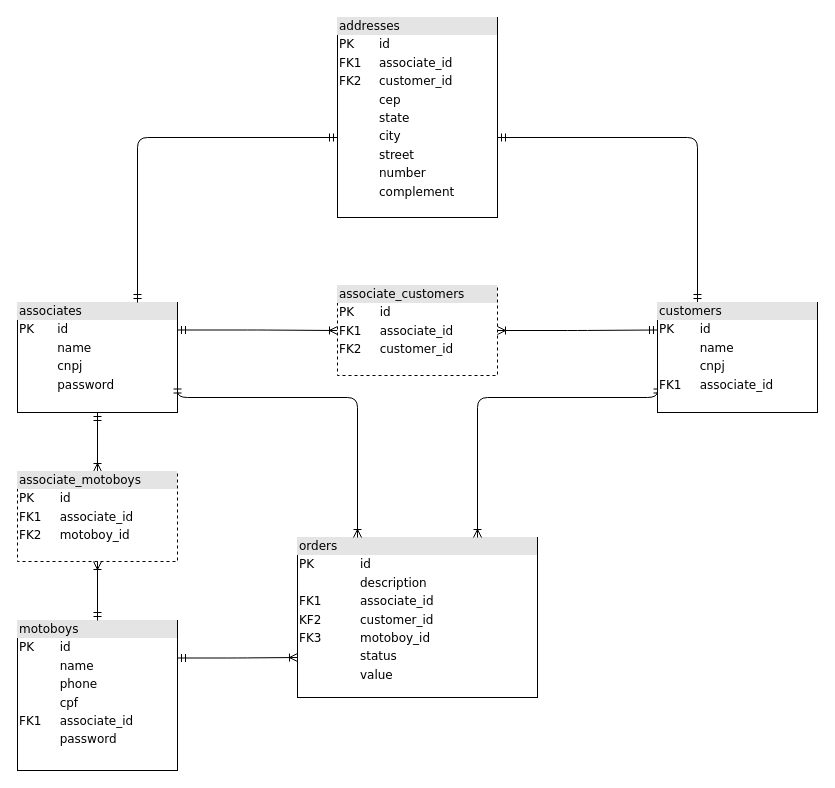
This is diagram-relational.drawio from juliolmuller/ufpr-delivery-api, a draw.io file, before an edit. Source tidied: cells renumbered, new cells numbered last; positions are measured from the earlier drawing's top-left corner, leaving out a move shared by most shapes. Both pictures are drawn from the tidied source at 100%, with x=0, y=0 at pixel (17, 17).
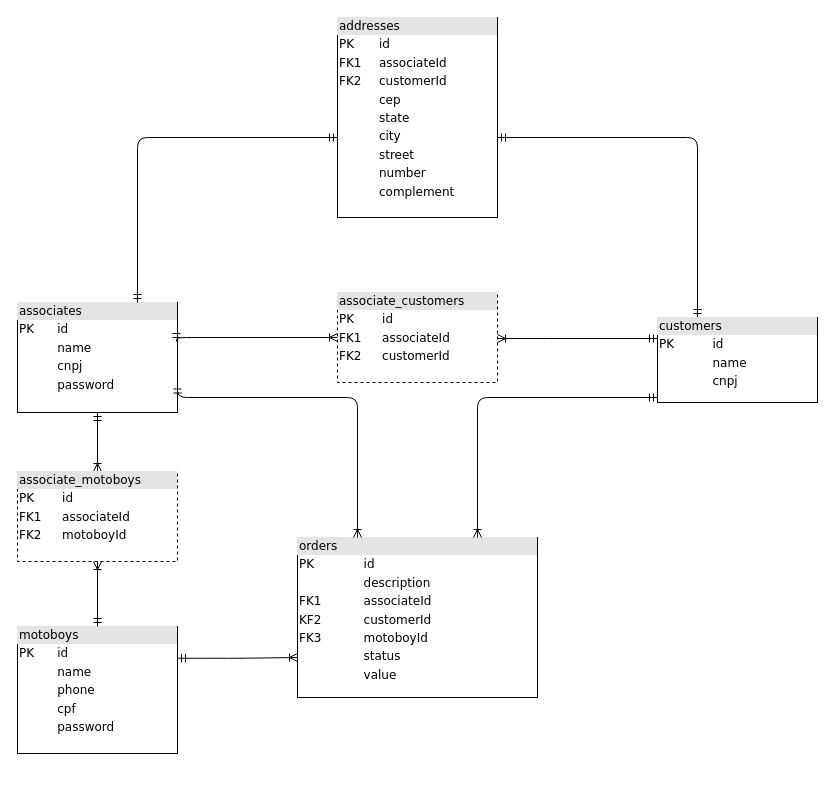
The same diagram, later.

Commit message (it also covers changes not shown here):
Fix foreign key names

The change refers to these unchanged cells:
```xml
<mxCell id="4" value="&lt;div style=&quot;box-sizing: border-box ; width: 100% ; background: #e4e4e4 ; padding: 2px&quot;&gt;associates&lt;/div&gt;&lt;table style=&quot;width: 100% ; font-size: 1em&quot; cellpadding=&quot;2&quot; cellspacing=&quot;0&quot;&gt;&lt;tbody&gt;&lt;tr&gt;&lt;td&gt;PK&lt;/td&gt;&lt;td&gt;id&lt;/td&gt;&lt;/tr&gt;&lt;tr&gt;&lt;td&gt;&lt;br&gt;&lt;/td&gt;&lt;td&gt;name&lt;/td&gt;&lt;/tr&gt;&lt;tr&gt;&lt;td&gt;&lt;/td&gt;&lt;td&gt;cnpj&lt;/td&gt;&lt;/tr&gt;&lt;tr&gt;&lt;td&gt;&lt;br&gt;&lt;/td&gt;&lt;td&gt;password&lt;/td&gt;&lt;/tr&gt;&lt;tr&gt;&lt;td&gt;&lt;br&gt;&lt;/td&gt;&lt;td&gt;&lt;br&gt;&lt;/td&gt;&lt;/tr&gt;&lt;/tbody&gt;&lt;/table&gt;" style="verticalAlign=top;align=left;overflow=fill;html=1;rounded=0;shadow=0;comic=0;labelBackgroundColor=none;strokeWidth=1;fontFamily=Verdana;fontSize=12;" parent="1" vertex="1">
  <mxGeometry y="285" width="160" height="110" as="geometry" />
</mxCell>
```

Diff of the diagram source:
```diff
@@
-    <mxCell id="2" value="&lt;div style=&quot;box-sizing: border-box ; width: 100% ; background: #e4e4e4 ; padding: 2px&quot;&gt;addresses&lt;/div&gt;&lt;table style=&quot;width: 100% ; font-size: 1em&quot; cellpadding=&quot;2&quot; cellspacing=&quot;0&quot;&gt;&lt;tbody&gt;&lt;tr&gt;&lt;td&gt;PK&lt;/td&gt;&lt;td&gt;id&lt;/td&gt;&lt;/tr&gt;&lt;tr&gt;&lt;td&gt;FK1&lt;/td&gt;&lt;td&gt;associate_id&lt;/td&gt;&lt;/tr&gt;&lt;tr&gt;&lt;td&gt;FK2&lt;/td&gt;&lt;td&gt;customer_id&lt;/td&gt;&lt;/tr&gt;&lt;tr&gt;&lt;td&gt;&lt;br&gt;&lt;/td&gt;&lt;td&gt;cep&lt;/td&gt;&lt;/tr&gt;&lt;tr&gt;&lt;td&gt;&lt;br&gt;&lt;/td&gt;&lt;td&gt;state&lt;br&gt;&lt;/td&gt;&lt;/tr&gt;&lt;tr&gt;&lt;td&gt;&lt;br&gt;&lt;/td&gt;&lt;td&gt;city&lt;br&gt;&lt;/td&gt;&lt;/tr&gt;&lt;tr&gt;&lt;td&gt;&lt;br&gt;&lt;/td&gt;&lt;td&gt;street&lt;br&gt;&lt;/td&gt;&lt;/tr&gt;&lt;tr&gt;&lt;td&gt;&lt;br&gt;&lt;/td&gt;&lt;td&gt;number&lt;br&gt;&lt;/td&gt;&lt;/tr&gt;&lt;tr&gt;&lt;td&gt;&lt;br&gt;&lt;/td&gt;&lt;td&gt;complement&lt;/td&gt;&lt;/tr&gt;&lt;tr&gt;&lt;td&gt;&lt;br&gt;&lt;/td&gt;&lt;td&gt;&lt;/td&gt;&lt;/tr&gt;&lt;/tbody&gt;&lt;/table&gt;" style="verticalAlign=top;align=left;overflow=fill;html=1;rounded=0;shadow=0;comic=0;labelBackgroundColor=none;strokeWidth=1;fontFamily=Verdana;fontSize=12;" parent="1" vertex="1">
+    <mxCell id="2" value="&lt;div style=&quot;box-sizing: border-box ; width: 100% ; background: #e4e4e4 ; padding: 2px&quot;&gt;addresses&lt;/div&gt;&lt;table style=&quot;width: 100% ; font-size: 1em&quot; cellpadding=&quot;2&quot; cellspacing=&quot;0&quot;&gt;&lt;tbody&gt;&lt;tr&gt;&lt;td&gt;PK&lt;/td&gt;&lt;td&gt;id&lt;/td&gt;&lt;/tr&gt;&lt;tr&gt;&lt;td&gt;FK1&lt;/td&gt;&lt;td&gt;associateId&lt;/td&gt;&lt;/tr&gt;&lt;tr&gt;&lt;td&gt;FK2&lt;/td&gt;&lt;td&gt;customerId&lt;/td&gt;&lt;/tr&gt;&lt;tr&gt;&lt;td&gt;&lt;br&gt;&lt;/td&gt;&lt;td&gt;cep&lt;/td&gt;&lt;/tr&gt;&lt;tr&gt;&lt;td&gt;&lt;br&gt;&lt;/td&gt;&lt;td&gt;state&lt;br&gt;&lt;/td&gt;&lt;/tr&gt;&lt;tr&gt;&lt;td&gt;&lt;br&gt;&lt;/td&gt;&lt;td&gt;city&lt;br&gt;&lt;/td&gt;&lt;/tr&gt;&lt;tr&gt;&lt;td&gt;&lt;br&gt;&lt;/td&gt;&lt;td&gt;street&lt;br&gt;&lt;/td&gt;&lt;/tr&gt;&lt;tr&gt;&lt;td&gt;&lt;br&gt;&lt;/td&gt;&lt;td&gt;number&lt;br&gt;&lt;/td&gt;&lt;/tr&gt;&lt;tr&gt;&lt;td&gt;&lt;br&gt;&lt;/td&gt;&lt;td&gt;complement&lt;/td&gt;&lt;/tr&gt;&lt;tr&gt;&lt;td&gt;&lt;br&gt;&lt;/td&gt;&lt;td&gt;&lt;/td&gt;&lt;/tr&gt;&lt;/tbody&gt;&lt;/table&gt;" style="verticalAlign=top;align=left;overflow=fill;html=1;rounded=0;shadow=0;comic=0;labelBackgroundColor=none;strokeWidth=1;fontFamily=Verdana;fontSize=12;" parent="1" vertex="1">
       <mxGeometry x="320" width="160" height="200" as="geometry" />
     </mxCell>
-    <mxCell id="3" value="&lt;div style=&quot;box-sizing: border-box ; width: 100% ; background: #e4e4e4 ; padding: 2px&quot;&gt;orders&lt;/div&gt;&lt;table style=&quot;width: 100% ; font-size: 1em&quot; cellpadding=&quot;2&quot; cellspacing=&quot;0&quot;&gt;&lt;tbody&gt;&lt;tr&gt;&lt;td&gt;PK&lt;/td&gt;&lt;td&gt;id&lt;/td&gt;&lt;/tr&gt;&lt;tr&gt;&lt;td&gt;&lt;br&gt;&lt;/td&gt;&lt;td&gt;description&lt;/td&gt;&lt;/tr&gt;&lt;tr&gt;&lt;td&gt;FK1&lt;/td&gt;&lt;td&gt;associate_id&lt;/td&gt;&lt;/tr&gt;&lt;tr&gt;&lt;td&gt;KF2&lt;/td&gt;&lt;td&gt;customer_id&lt;br&gt;&lt;/td&gt;&lt;/tr&gt;&lt;tr&gt;&lt;td&gt;FK3&lt;/td&gt;&lt;td&gt;motoboy_id&lt;br&gt;&lt;/td&gt;&lt;/tr&gt;&lt;tr&gt;&lt;td&gt;&lt;br&gt;&lt;/td&gt;&lt;td&gt;status&lt;br&gt;&lt;/td&gt;&lt;/tr&gt;&lt;tr&gt;&lt;td&gt;&lt;br&gt;&lt;/td&gt;&lt;td&gt;value&lt;br&gt;&lt;/td&gt;&lt;/tr&gt;&lt;tr&gt;&lt;td&gt;&lt;br&gt;&lt;/td&gt;&lt;td&gt;&lt;br&gt;&lt;/td&gt;&lt;/tr&gt;&lt;/tbody&gt;&lt;/table&gt;" style="verticalAlign=top;align=left;overflow=fill;html=1;rounded=0;shadow=0;comic=0;labelBackgroundColor=none;strokeWidth=1;fontFamily=Verdana;fontSize=12;" parent="1" vertex="1">
+    <mxCell id="3" value="&lt;div style=&quot;box-sizing: border-box ; width: 100% ; background: #e4e4e4 ; padding: 2px&quot;&gt;orders&lt;/div&gt;&lt;table style=&quot;width: 100% ; font-size: 1em&quot; cellpadding=&quot;2&quot; cellspacing=&quot;0&quot;&gt;&lt;tbody&gt;&lt;tr&gt;&lt;td&gt;PK&lt;/td&gt;&lt;td&gt;id&lt;/td&gt;&lt;/tr&gt;&lt;tr&gt;&lt;td&gt;&lt;br&gt;&lt;/td&gt;&lt;td&gt;description&lt;/td&gt;&lt;/tr&gt;&lt;tr&gt;&lt;td&gt;FK1&lt;/td&gt;&lt;td&gt;associateId&lt;/td&gt;&lt;/tr&gt;&lt;tr&gt;&lt;td&gt;KF2&lt;/td&gt;&lt;td&gt;customerId&lt;br&gt;&lt;/td&gt;&lt;/tr&gt;&lt;tr&gt;&lt;td&gt;FK3&lt;/td&gt;&lt;td&gt;motoboyId&lt;br&gt;&lt;/td&gt;&lt;/tr&gt;&lt;tr&gt;&lt;td&gt;&lt;br&gt;&lt;/td&gt;&lt;td&gt;status&lt;br&gt;&lt;/td&gt;&lt;/tr&gt;&lt;tr&gt;&lt;td&gt;&lt;br&gt;&lt;/td&gt;&lt;td&gt;value&lt;br&gt;&lt;/td&gt;&lt;/tr&gt;&lt;tr&gt;&lt;td&gt;&lt;br&gt;&lt;/td&gt;&lt;td&gt;&lt;br&gt;&lt;/td&gt;&lt;/tr&gt;&lt;/tbody&gt;&lt;/table&gt;" style="verticalAlign=top;align=left;overflow=fill;html=1;rounded=0;shadow=0;comic=0;labelBackgroundColor=none;strokeWidth=1;fontFamily=Verdana;fontSize=12;" parent="1" vertex="1">
       <mxGeometry x="280" y="520" width="240" height="160" as="geometry" />
     </mxCell>
@@
-    <mxCell id="8" style="edgeStyle=orthogonalEdgeStyle;html=1;endArrow=ERoneToMany;startArrow=ERmandOne;labelBackgroundColor=none;fontFamily=Verdana;fontSize=12;align=left;exitX=0;exitY=0.75;exitDx=0;exitDy=0;entryX=0.75;entryY=0;entryDx=0;entryDy=0;" parent="1" edge="1" source="10" target="3">
+    <mxCell id="8" style="edgeStyle=orthogonalEdgeStyle;html=1;endArrow=ERoneToMany;startArrow=ERmandOne;labelBackgroundColor=none;fontFamily=Verdana;fontSize=12;align=left;entryX=0.75;entryY=0;entryDx=0;entryDy=0;" parent="1" edge="1" target="3">
       <mxGeometry relative="1" as="geometry">
+        <mxPoint x="640" y="380" as="sourcePoint" />
         <Array as="points">
           <mxPoint x="640" y="380" />
           <mxPoint x="460" y="380" />
         </Array>
       </mxGeometry>
     </mxCell>
@@
-    <mxCell id="10" value="&lt;div style=&quot;box-sizing: border-box ; width: 100% ; background: #e4e4e4 ; padding: 2px&quot;&gt;customers&lt;/div&gt;&lt;table style=&quot;width: 100% ; font-size: 1em&quot; cellpadding=&quot;2&quot; cellspacing=&quot;0&quot;&gt;&lt;tbody&gt;&lt;tr&gt;&lt;td&gt;PK&lt;/td&gt;&lt;td&gt;id&lt;/td&gt;&lt;/tr&gt;&lt;tr&gt;&lt;td&gt;&lt;br&gt;&lt;/td&gt;&lt;td&gt;name&lt;/td&gt;&lt;/tr&gt;&lt;tr&gt;&lt;td&gt;&lt;/td&gt;&lt;td&gt;cnpj&lt;/td&gt;&lt;/tr&gt;&lt;tr&gt;&lt;td&gt;FK1&lt;/td&gt;&lt;td&gt;associate_id&lt;/td&gt;&lt;/tr&gt;&lt;tr&gt;&lt;td&gt;&lt;br&gt;&lt;/td&gt;&lt;td&gt;&lt;br&gt;&lt;/td&gt;&lt;/tr&gt;&lt;/tbody&gt;&lt;/table&gt;" style="verticalAlign=top;align=left;overflow=fill;html=1;rounded=0;shadow=0;comic=0;labelBackgroundColor=none;strokeWidth=1;fontFamily=Verdana;fontSize=12;" parent="1" vertex="1">
-      <mxGeometry x="640" y="285" width="160" height="110" as="geometry" />
+    <mxCell id="10" value="&lt;div style=&quot;box-sizing: border-box ; width: 100% ; background: #e4e4e4 ; padding: 2px&quot;&gt;customers&lt;/div&gt;&lt;table style=&quot;width: 100% ; font-size: 1em&quot; cellpadding=&quot;2&quot; cellspacing=&quot;0&quot;&gt;&lt;tbody&gt;&lt;tr&gt;&lt;td&gt;PK&lt;/td&gt;&lt;td&gt;id&lt;/td&gt;&lt;/tr&gt;&lt;tr&gt;&lt;td&gt;&lt;br&gt;&lt;/td&gt;&lt;td&gt;name&lt;/td&gt;&lt;/tr&gt;&lt;tr&gt;&lt;td&gt;&lt;/td&gt;&lt;td&gt;cnpj&lt;/td&gt;&lt;/tr&gt;&lt;tr&gt;&lt;td&gt;&lt;br&gt;&lt;/td&gt;&lt;td&gt;&lt;/td&gt;&lt;/tr&gt;&lt;/tbody&gt;&lt;/table&gt;" style="verticalAlign=top;align=left;overflow=fill;html=1;rounded=0;shadow=0;comic=0;labelBackgroundColor=none;strokeWidth=1;fontFamily=Verdana;fontSize=12;" parent="1" vertex="1">
+      <mxGeometry x="640" y="300" width="160" height="85" as="geometry" />
     </mxCell>
-    <mxCell id="11" style="edgeStyle=orthogonalEdgeStyle;html=1;endArrow=ERoneToMany;startArrow=ERmandOne;labelBackgroundColor=none;fontFamily=Verdana;fontSize=12;align=left;exitX=1;exitY=0.25;exitDx=0;exitDy=0;" parent="1" edge="1" source="4" target="14">
-      <mxGeometry relative="1" as="geometry" />
+    <mxCell id="11" style="edgeStyle=orthogonalEdgeStyle;html=1;endArrow=ERoneToMany;startArrow=ERmandOne;labelBackgroundColor=none;fontFamily=Verdana;fontSize=12;align=left;exitX=0.994;exitY=0.355;exitDx=0;exitDy=0;exitPerimeter=0;" parent="1" edge="1" source="4" target="14">
+      <mxGeometry relative="1" as="geometry">
+        <Array as="points">
+          <mxPoint x="159" y="320" />
+        </Array>
+      </mxGeometry>
     </mxCell>
-    <mxCell id="12" value="&lt;div style=&quot;box-sizing: border-box ; width: 100% ; background: #e4e4e4 ; padding: 2px&quot;&gt;motoboys&lt;/div&gt;&lt;table style=&quot;width: 100% ; font-size: 1em&quot; cellpadding=&quot;2&quot; cellspacing=&quot;0&quot;&gt;&lt;tbody&gt;&lt;tr&gt;&lt;td&gt;PK&lt;/td&gt;&lt;td&gt;id&lt;/td&gt;&lt;/tr&gt;&lt;tr&gt;&lt;td&gt;&lt;br&gt;&lt;/td&gt;&lt;td&gt;name&lt;/td&gt;&lt;/tr&gt;&lt;tr&gt;&lt;td&gt;&lt;/td&gt;&lt;td&gt;phone&lt;/td&gt;&lt;/tr&gt;&lt;tr&gt;&lt;td&gt;&lt;br&gt;&lt;/td&gt;&lt;td&gt;cpf&lt;br&gt;&lt;/td&gt;&lt;/tr&gt;&lt;tr&gt;&lt;td&gt;FK1&lt;/td&gt;&lt;td&gt;associate_id&lt;br&gt;&lt;/td&gt;&lt;/tr&gt;&lt;tr&gt;&lt;td&gt;&lt;br&gt;&lt;/td&gt;&lt;td&gt;password&lt;br&gt;&lt;/td&gt;&lt;/tr&gt;&lt;tr&gt;&lt;td&gt;&lt;br&gt;&lt;/td&gt;&lt;td&gt;&lt;br&gt;&lt;/td&gt;&lt;/tr&gt;&lt;/tbody&gt;&lt;/table&gt;" style="verticalAlign=top;align=left;overflow=fill;html=1;rounded=0;shadow=0;comic=0;labelBackgroundColor=none;strokeWidth=1;fontFamily=Verdana;fontSize=12;" parent="1" vertex="1">
-      <mxGeometry y="603" width="160" height="150" as="geometry" />
+    <mxCell id="12" value="&lt;div style=&quot;box-sizing: border-box ; width: 100% ; background: #e4e4e4 ; padding: 2px&quot;&gt;motoboys&lt;/div&gt;&lt;table style=&quot;width: 100% ; font-size: 1em&quot; cellpadding=&quot;2&quot; cellspacing=&quot;0&quot;&gt;&lt;tbody&gt;&lt;tr&gt;&lt;td&gt;PK&lt;/td&gt;&lt;td&gt;id&lt;/td&gt;&lt;/tr&gt;&lt;tr&gt;&lt;td&gt;&lt;br&gt;&lt;/td&gt;&lt;td&gt;name&lt;/td&gt;&lt;/tr&gt;&lt;tr&gt;&lt;td&gt;&lt;/td&gt;&lt;td&gt;phone&lt;/td&gt;&lt;/tr&gt;&lt;tr&gt;&lt;td&gt;&lt;br&gt;&lt;/td&gt;&lt;td&gt;cpf&lt;br&gt;&lt;/td&gt;&lt;/tr&gt;&lt;tr&gt;&lt;td&gt;&lt;br&gt;&lt;/td&gt;&lt;td&gt;password&lt;/td&gt;&lt;/tr&gt;&lt;tr&gt;&lt;td&gt;&lt;/td&gt;&lt;td&gt;&lt;/td&gt;&lt;/tr&gt;&lt;/tbody&gt;&lt;/table&gt;" style="verticalAlign=top;align=left;overflow=fill;html=1;rounded=0;shadow=0;comic=0;labelBackgroundColor=none;strokeWidth=1;fontFamily=Verdana;fontSize=12;" parent="1" vertex="1">
+      <mxGeometry y="609" width="160" height="127" as="geometry" />
     </mxCell>
@@
-    <mxCell id="14" value="&lt;div style=&quot;box-sizing: border-box ; width: 100% ; background: #e4e4e4 ; padding: 2px&quot;&gt;associate_customers&lt;/div&gt;&lt;table style=&quot;width: 100% ; font-size: 1em&quot; cellpadding=&quot;2&quot; cellspacing=&quot;0&quot;&gt;&lt;tbody&gt;&lt;tr&gt;&lt;td&gt;PK&lt;/td&gt;&lt;td&gt;id&lt;/td&gt;&lt;/tr&gt;&lt;tr&gt;&lt;td&gt;FK1&lt;/td&gt;&lt;td&gt;associate_id&lt;/td&gt;&lt;/tr&gt;&lt;tr&gt;&lt;td&gt;FK2&lt;/td&gt;&lt;td&gt;customer_id&lt;/td&gt;&lt;/tr&gt;&lt;tr&gt;&lt;td&gt;&lt;br&gt;&lt;/td&gt;&lt;td&gt;&lt;/td&gt;&lt;/tr&gt;&lt;/tbody&gt;&lt;/table&gt;" style="verticalAlign=top;align=left;overflow=fill;html=1;rounded=0;shadow=0;comic=0;labelBackgroundColor=none;strokeWidth=1;fontFamily=Verdana;fontSize=12;dashed=1;" parent="1" vertex="1">
-      <mxGeometry x="320" y="268" width="160" height="90" as="geometry" />
+    <mxCell id="14" value="&lt;div style=&quot;box-sizing: border-box ; width: 100% ; background: #e4e4e4 ; padding: 2px&quot;&gt;associate_customers&lt;/div&gt;&lt;table style=&quot;width: 100% ; font-size: 1em&quot; cellpadding=&quot;2&quot; cellspacing=&quot;0&quot;&gt;&lt;tbody&gt;&lt;tr&gt;&lt;td&gt;PK&lt;/td&gt;&lt;td&gt;id&lt;/td&gt;&lt;/tr&gt;&lt;tr&gt;&lt;td&gt;FK1&lt;/td&gt;&lt;td&gt;associateId&lt;/td&gt;&lt;/tr&gt;&lt;tr&gt;&lt;td&gt;FK2&lt;/td&gt;&lt;td&gt;customerId&lt;/td&gt;&lt;/tr&gt;&lt;tr&gt;&lt;td&gt;&lt;br&gt;&lt;/td&gt;&lt;td&gt;&lt;/td&gt;&lt;/tr&gt;&lt;/tbody&gt;&lt;/table&gt;" style="verticalAlign=top;align=left;overflow=fill;html=1;rounded=0;shadow=0;comic=0;labelBackgroundColor=none;strokeWidth=1;fontFamily=Verdana;fontSize=12;dashed=1;" parent="1" vertex="1">
+      <mxGeometry x="320" y="275" width="160" height="90" as="geometry" />
     </mxCell>
-    <mxCell id="15" style="edgeStyle=orthogonalEdgeStyle;html=1;endArrow=ERmandOne;startArrow=ERoneToMany;labelBackgroundColor=none;fontFamily=Verdana;fontSize=12;align=left;endFill=0;startFill=0;entryX=0;entryY=0.25;entryDx=0;entryDy=0;" parent="1" edge="1" source="14" target="10">
-      <mxGeometry relative="1" as="geometry" />
+    <mxCell id="15" style="edgeStyle=orthogonalEdgeStyle;html=1;endArrow=ERmandOne;startArrow=ERoneToMany;labelBackgroundColor=none;fontFamily=Verdana;fontSize=12;align=left;endFill=0;startFill=0;" parent="1" edge="1" source="14">
+      <mxGeometry relative="1" as="geometry">
+        <mxPoint x="640" y="321" as="targetPoint" />
+        <Array as="points">
+          <mxPoint x="520" y="321" />
+          <mxPoint x="520" y="321" />
+        </Array>
+      </mxGeometry>
     </mxCell>
-    <mxCell id="16" value="&lt;div style=&quot;box-sizing: border-box ; width: 100% ; background: #e4e4e4 ; padding: 2px&quot;&gt;associate_motoboys&lt;/div&gt;&lt;table style=&quot;width: 100% ; font-size: 1em&quot; cellpadding=&quot;2&quot; cellspacing=&quot;0&quot;&gt;&lt;tbody&gt;&lt;tr&gt;&lt;td&gt;PK&lt;/td&gt;&lt;td&gt;id&lt;/td&gt;&lt;/tr&gt;&lt;tr&gt;&lt;td&gt;FK1&lt;/td&gt;&lt;td&gt;associate_id&lt;/td&gt;&lt;/tr&gt;&lt;tr&gt;&lt;td&gt;FK2&lt;/td&gt;&lt;td&gt;motoboy_id&lt;/td&gt;&lt;/tr&gt;&lt;tr&gt;&lt;td&gt;&lt;br&gt;&lt;/td&gt;&lt;td&gt;&lt;/td&gt;&lt;/tr&gt;&lt;/tbody&gt;&lt;/table&gt;" style="verticalAlign=top;align=left;overflow=fill;html=1;rounded=0;shadow=0;comic=0;labelBackgroundColor=none;strokeWidth=1;fontFamily=Verdana;fontSize=12;dashed=1;" parent="1" vertex="1">
+    <mxCell id="16" value="&lt;div style=&quot;box-sizing: border-box ; width: 100% ; background: #e4e4e4 ; padding: 2px&quot;&gt;associate_motoboys&lt;/div&gt;&lt;table style=&quot;width: 100% ; font-size: 1em&quot; cellpadding=&quot;2&quot; cellspacing=&quot;0&quot;&gt;&lt;tbody&gt;&lt;tr&gt;&lt;td&gt;PK&lt;/td&gt;&lt;td&gt;id&lt;/td&gt;&lt;/tr&gt;&lt;tr&gt;&lt;td&gt;FK1&lt;/td&gt;&lt;td&gt;associateId&lt;/td&gt;&lt;/tr&gt;&lt;tr&gt;&lt;td&gt;FK2&lt;/td&gt;&lt;td&gt;motoboyId&lt;/td&gt;&lt;/tr&gt;&lt;tr&gt;&lt;td&gt;&lt;br&gt;&lt;/td&gt;&lt;td&gt;&lt;/td&gt;&lt;/tr&gt;&lt;/tbody&gt;&lt;/table&gt;" style="verticalAlign=top;align=left;overflow=fill;html=1;rounded=0;shadow=0;comic=0;labelBackgroundColor=none;strokeWidth=1;fontFamily=Verdana;fontSize=12;dashed=1;" parent="1" vertex="1">
       <mxGeometry y="454" width="160" height="90" as="geometry" />
     </mxCell>
```
